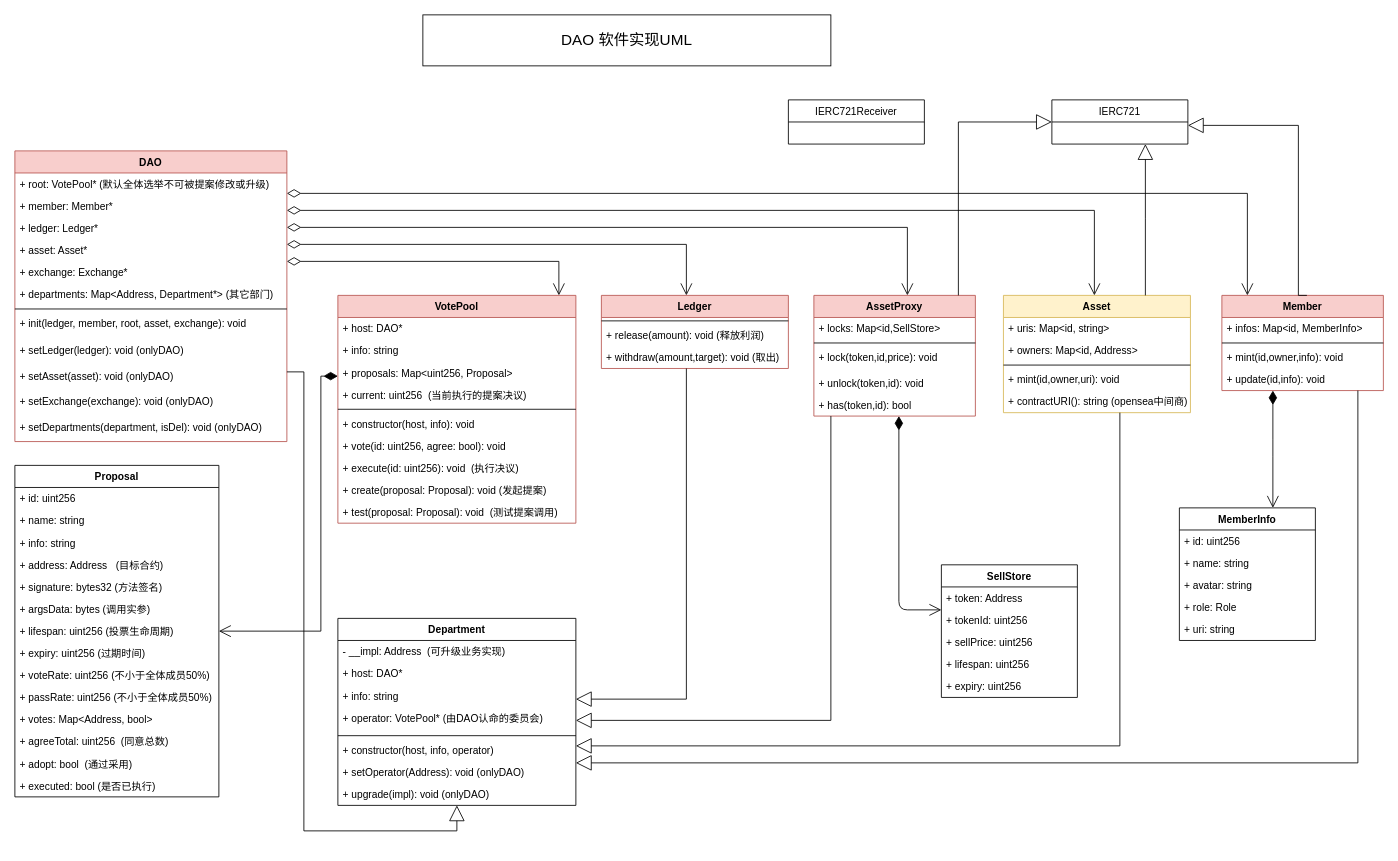
The draw.io diagram page "Page-1" (1 of 2) of contracts.drawio in NFTSwap/diagrams, before the edit. Source tidied: cells renumbered, new cells numbered last; positions are measured from the earlier drawing's top-left corner, leaving out a move shared by most shapes. Both pictures are drawn from the tidied source at 85%, with x=0, y=0 at pixel (14, 14).
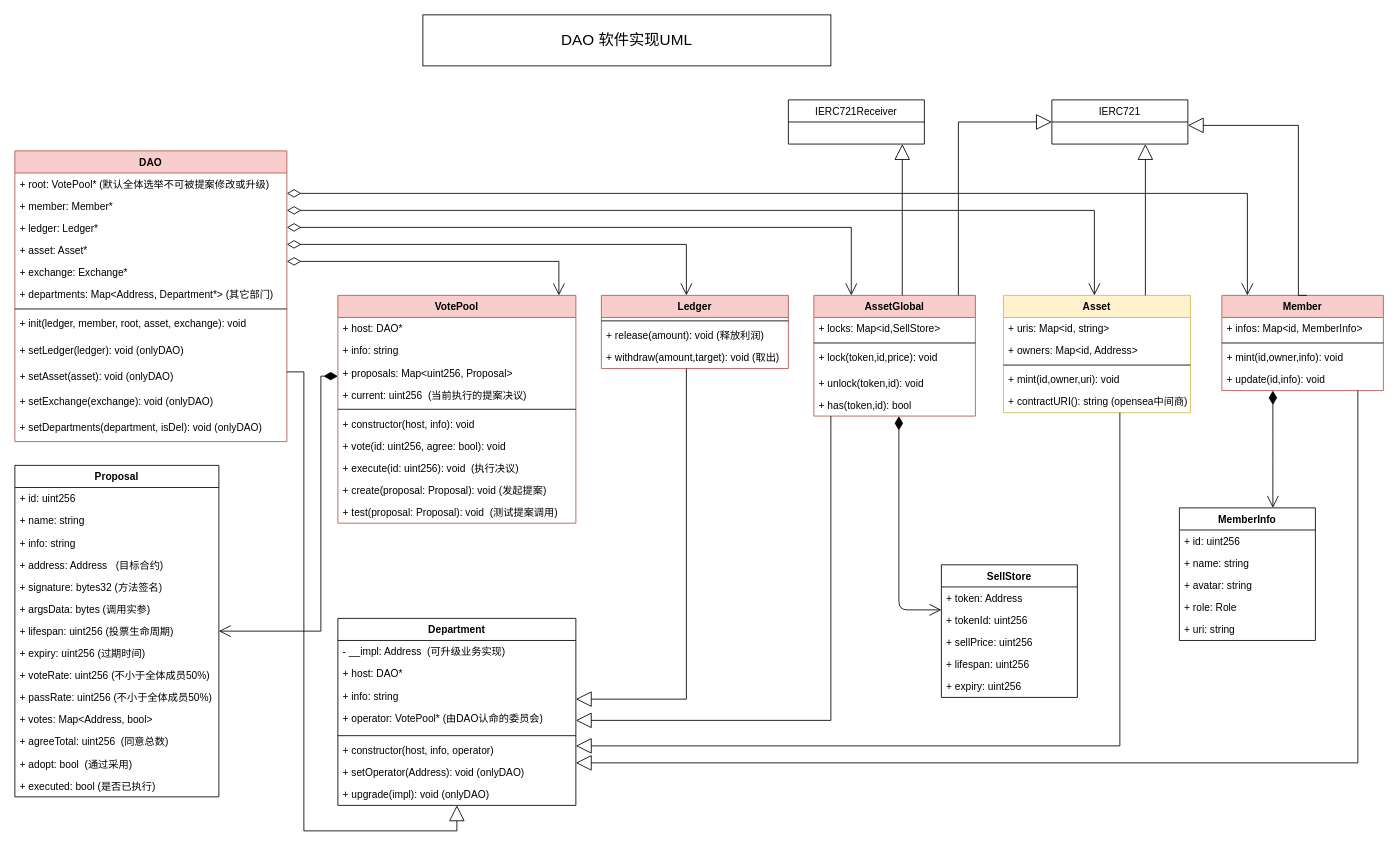
The same page after the edit.

The change refers to these unchanged cells:
```xml
<mxCell id="2" value="DAO" style="swimlane;fontStyle=1;align=center;verticalAlign=top;horizontal=1;startSize=26;fillColor=#f8cecc;strokeColor=#b85450;" parent="1" vertex="1">
  <mxGeometry y="160" width="320" height="342" as="geometry" />
</mxCell>
<mxCell id="100" value="IERC721Receiver" style="swimlane;fontStyle=0;horizontal=1;startSize=26;fillColor=none;" parent="1" vertex="1">
  <mxGeometry x="910" y="100" width="160" height="52" as="geometry" />
</mxCell>
```

Diff of the diagram source:
```diff
@@
     <mxCell id="48" style="endArrow=open;html=1;endSize=12;startArrow=diamondThin;startSize=14;startFill=0;edgeStyle=orthogonalEdgeStyle;align=left;verticalAlign=bottom;rounded=0;" parent="1" edge="1" source="2" target="49">
       <mxGeometry x="-1" y="3" relative="1" as="geometry">
         <Array as="points">
-          <mxPoint x="1050" y="250" />
+          <mxPoint x="984" y="250" />
         </Array>
       </mxGeometry>
     </mxCell>
-    <mxCell id="49" value="AssetProxy" style="swimlane;fontStyle=1;align=center;verticalAlign=top;horizontal=1;startSize=26;fillColor=#f8cecc;strokeColor=#b85450;" parent="1" vertex="1">
+    <mxCell id="49" value="AssetGlobal" style="swimlane;fontStyle=1;align=center;verticalAlign=top;horizontal=1;startSize=26;fillColor=#f8cecc;strokeColor=#b85450;" parent="1" vertex="1">
       <mxGeometry x="940" y="330" width="190" height="142" as="geometry" />
     </mxCell>
@@
+    <mxCell id="102" style="endArrow=block;endSize=16;endFill=0;html=1;rounded=0;edgeStyle=orthogonalEdgeStyle;elbow=vertical;" parent="1" edge="1" source="49" target="100">
+      <mxGeometry relative="1" as="geometry">
+        <Array as="points">
+          <mxPoint x="1044" y="220" />
+          <mxPoint x="1044" y="220" />
+        </Array>
+      </mxGeometry>
+    </mxCell>
```
